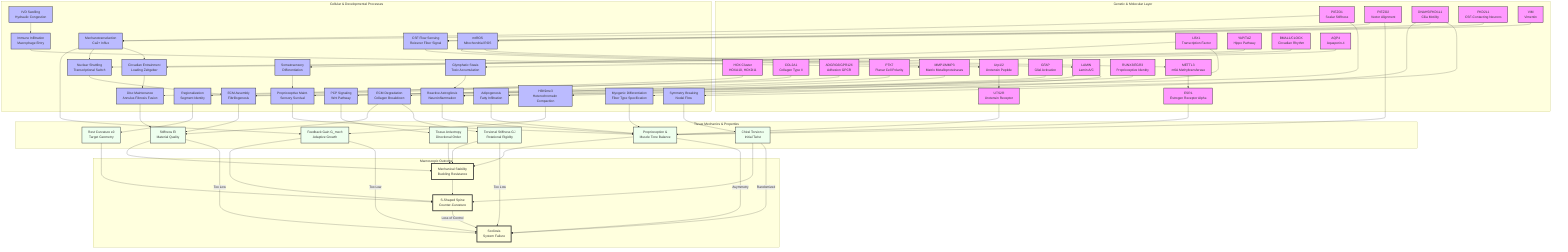
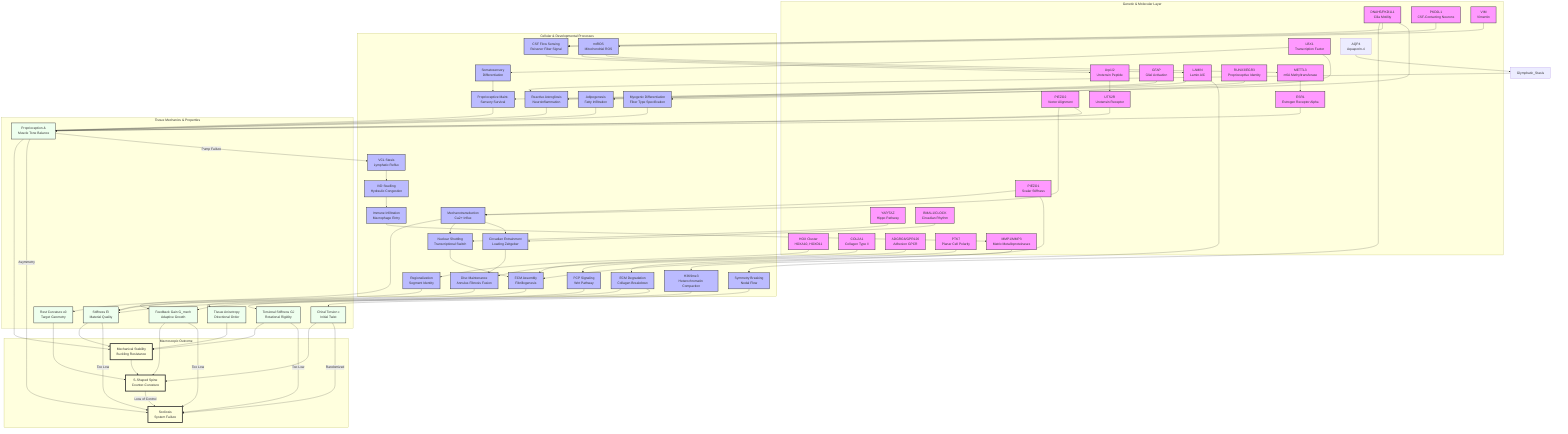
graph TD
    %% Subgraphs for Organization
    subgraph Genetics [Genetic & Molecular Layer]
        HOX[HOX Cluster<br/>HOXA10, HOXD11]
        COL[COL2A1<br/>Collagen Type II]
        PIEZO1[PIEZO1<br/>Scalar Stiffness]
        PIEZO2[PIEZO2<br/>Vector Alignment]
        CILIA[DNAH5/PKD1L1<br/>Cilia Motility]
        LBX1[LBX1<br/>Transcription Factor]
        ADGRG6[ADGRG6/GPR126<br/>Adhesion GPCR]
        PTK7[PTK7<br/>Planar Cell Polarity]
        YAP[YAP/TAZ<br/>Hippo Pathway]
        PKD2L1[PKD2L1<br/>CSF-Contacting Neurons]
        MMP[MMP1/MMP3<br/>Matrix Metalloproteinases]
        URP[Urp1/2<br/>Urotensin Peptide]
        UTS2R[UTS2R<br/>Urotensin Receptor]
        GFAP[GFAP<br/>Glial Activation]
        VIM[VIM<br/>Vimentin]
        LAMIN[LAMIN<br/>Lamin A/C]
        BMAL1[BMAL1/CLOCK<br/>Circadian Rhythm]
        RUNX3[RUNX3/EGR3<br/>Proprioceptive Identity]
        METTL3[METTL3<br/>m6A Methyltransferase]
        ESR1[ESR1<br/>Estrogen Receptor Alpha]
        AQP4[AQP4<br/>Aquaporin-4]
    end

    subgraph Processes [Cellular & Developmental Processes]
        Astrogliosis[Reactive Astrogliosis<br/>Neuroinflammation]
        Region[Regionalization<br/>Segment Identity]
        ECM_Assembly[ECM Assembly<br/>Fibrillogenesis]
        Nucl_Shuttle[Nuclear Shuttling<br/>Transcriptional Switch]
        Mech_Trans[Mechanotransduction<br/>Ca2+ Influx]
        Sym_Break[Symmetry Breaking<br/>Nodal Flow]
        CSF_Sensing[CSF Flow Sensing<br/>Reissner Fiber Signal]
        Neur_Diff[Somatosensory<br/>Differentiation]
        Muscle_Diff[Myogenic Differentiation<br/>Fiber Type Specification]
        Disc_Maint[Disc Maintenance<br/>Annulus Fibrosis Fusion]
        PCP_Sig[PCP Signaling<br/>Wnt Pathway]
        Degradation[ECM Degradation<br/>Collagen Breakdown]
        mtROS[mtROS<br/>Mitochondrial ROS]
        Adipogenesis[Adipogenesis<br/>Fatty Infiltration]
        Hydraulic_Congestion[IVD Swelling<br/>Hydraulic Congestion]
        Immune_Infilt[Immune Infiltration<br/>Macrophage Entry]
        Circadian_Entrain[Circadian Entrainment<br/>Loading Zeitgeber]
        Proprio_Maint[Proprioceptive Maint.<br/>Sensory Survival]
        H3K9me3[H3K9me3<br/>Heterochromatin Compaction]
-         Glymphatic_Stasis[Glymphatic Stasis<br/>Toxic Accumulation]
+         VCL_Stasis[VCL Stasis<br/>Lymphatic Reflux]
    end

    subgraph Tissue [Tissue Mechanics & Properties]
        Rest_Kappa[Rest Curvature κ0<br/>Target Geometry]
        Stiffness[Stiffness EI<br/>Material Quality]
        Torsional_Stiffness[Torsional Stiffness GJ<br/>Rotational Rigidity]
        Gain[Feedback Gain G_mech<br/>Adaptive Growth]
        Torsion[Chiral Torsion ε<br/>Initial Twist]
        Muscle_Tone[Proprioception &<br/>Muscle Tone Balance]
        Anisotropy[Tissue Anisotropy<br/>Directional Order]
    end

    subgraph Outcome [Macroscopic Outcome]
        S_Curve[S-Shaped Spine<br/>Counter-Curvature]
        Stability[Mechanical Stability<br/>Buckling Resistance]
        Scoliosis[Scoliosis<br/>System Failure]
    end

    %% Connections
    HOX --> Region
    Region --> Rest_Kappa
    Rest_Kappa --> S_Curve

    COL --> ECM_Assembly
    ECM_Assembly --> Stiffness
    Stiffness --> Stability

    PIEZO1 --> Mech_Trans
    PIEZO2 --> Mech_Trans
    Mech_Trans --> Gain
    Gain --> S_Curve

    %% NEW ARC: Piezo Duality (Vector-Scalar Mismatch)
    PIEZO1 --> ECM_Assembly
    PIEZO2 --> Muscle_Tone

    CILIA --> Sym_Break
    Sym_Break --> Torsion
    Torsion --> S_Curve

    LBX1 --> Neur_Diff
    LBX1 --> Muscle_Diff
    Neur_Diff --> Proprio_Maint
    Proprio_Maint --> Muscle_Tone
    Muscle_Diff --> Muscle_Tone
    Muscle_Tone --> Stability

    %% NEW ARC: Proprioceptive Maintenance
    RUNX3 --> Proprio_Maint

    %% NEW ARC: ADGRG6
    ADGRG6 --> Disc_Maint
    Disc_Maint --> Stiffness

    %% NEW ARC: PTK7
    PTK7 --> PCP_Sig
    PCP_Sig --> Anisotropy
    Anisotropy --> Stability

    %% NEW ARC: YAP/TAZ
    YAP --> Nucl_Shuttle
    Nucl_Shuttle --> ECM_Assembly
    Mech_Trans --> Nucl_Shuttle

    %% NEW ARC: CSF/Reissner Fiber
    CILIA --> CSF_Sensing
    PKD2L1 --> CSF_Sensing
    CSF_Sensing --> URP
    URP --> UTS2R
    UTS2R --> Muscle_Tone

    %% NEW ARC: MMP Degradation
    MMP --> Degradation
    Degradation --> Stiffness

    %% NEW ARC: Neuro-Inflammatory Pathway
    CILIA --> Astrogliosis
    GFAP --> Astrogliosis
    Astrogliosis --> Muscle_Tone

    %% NEW ARC: Vimentin Metabolic Switch
    VIM --> mtROS
    mtROS --> LAMIN
    LAMIN --> Adipogenesis
    Adipogenesis --> Muscle_Tone

    %% NEW ARC: Inflamed Torsion
    Hydraulic_Congestion --> Immune_Infilt
    Immune_Infilt --> MMP
    Degradation --> Torsional_Stiffness
    Torsional_Stiffness --> Stability

    %% NEW ARC: Glymphatic Stasis
    AQP4 --> Glymphatic_Stasis
    Glymphatic_Stasis --> Astrogliosis

    %% Cross-Talk and Failures
    Stability --> S_Curve
    S_Curve -- "Loss of Control" --> Scoliosis
    Stiffness -- "Too Low" --> Scoliosis
    Torsional_Stiffness -- "Too Low" --> Scoliosis
    Gain -- "Too Low" --> Scoliosis
    Torsion -- "Randomized" --> Scoliosis
    Muscle_Tone -- "Asymmetry" --> Scoliosis

    %% Styling
    classDef gene fill:#f9f,stroke:#333,stroke-width:2px;
    classDef process fill:#bbf,stroke:#333,stroke-width:2px;
    classDef tissue fill:#efe,stroke:#333,stroke-width:2px;
    classDef outcome fill:#ffd,stroke:#333,stroke-width:4px;

    %% NEW ARC: Spinal Jetlag
    BMAL1 --> Circadian_Entrain
    Mech_Trans --> Circadian_Entrain
    Circadian_Entrain --> Disc_Maint

    %% NEW ARC: Epigenetic Asymmetry
    mtROS --> METTL3
    METTL3 --> ESR1
    ESR1 --> Muscle_Tone

    %% NEW ARC: Nuclear Stiffness (Scalar Senescence)
    LAMIN --> H3K9me3
    H3K9me3 --> Gain

-     class HOX,COL,PIEZO1,PIEZO2,CILIA,LBX1,ADGRG6,PTK7,YAP,PKD2L1,MMP,URP,UTS2R,GFAP,VIM,LAMIN,BMAL1,RUNX3,METTL3,ESR1,AQP4 gene;
-     class Region,ECM_Assembly,Mech_Trans,Sym_Break,Neur_Diff,Muscle_Diff,Disc_Maint,PCP_Sig,Nucl_Shuttle,CSF_Sensing,Degradation,Astrogliosis,mtROS,Adipogenesis,Hydraulic_Congestion,Immune_Infilt,Circadian_Entrain,Proprio_Maint,H3K9me3,Glymphatic_Stasis process;
+     %% NEW ARC: Lymphatic Drainage Pathway (VCL)
+     Muscle_Tone -- "Pump Failure" --> VCL_Stasis
+     VCL_Stasis --> Hydraulic_Congestion
+ 
+     class HOX,COL,PIEZO1,PIEZO2,CILIA,LBX1,ADGRG6,PTK7,YAP,PKD2L1,MMP,URP,UTS2R,GFAP,VIM,LAMIN,BMAL1,RUNX3,METTL3,ESR1 gene;
+     class Region,ECM_Assembly,Mech_Trans,Sym_Break,Neur_Diff,Muscle_Diff,Disc_Maint,PCP_Sig,Nucl_Shuttle,CSF_Sensing,Degradation,Astrogliosis,mtROS,Adipogenesis,Hydraulic_Congestion,Immune_Infilt,Circadian_Entrain,Proprio_Maint,H3K9me3,VCL_Stasis process;
    class Rest_Kappa,Stiffness,Torsional_Stiffness,Gain,Torsion,Muscle_Tone,Anisotropy tissue;
    class S_Curve,Stability,Scoliosis outcome;
